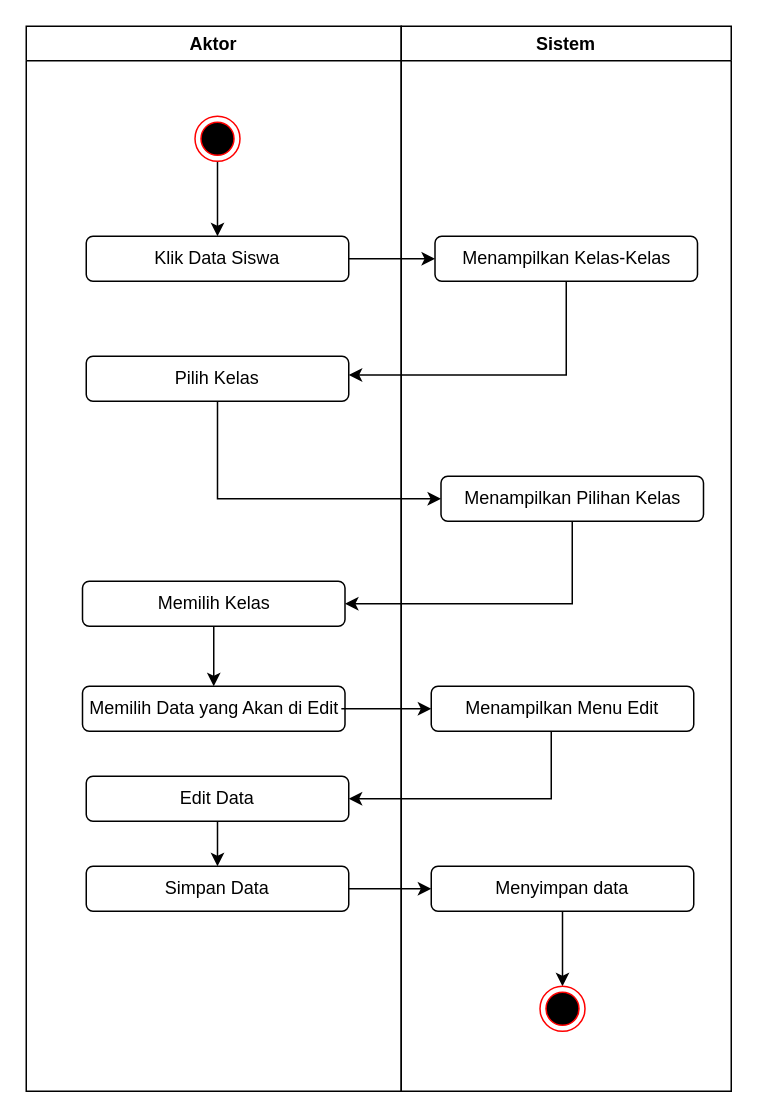
Earlier version of the draw.io diagram cross functional.drawio (XxGembelxX/Rancangan_KP). Source tidied: cells renumbered, new cells numbered last; positions are measured from the earlier drawing's top-left corner, leaving out a move shared by most shapes. Both pictures are drawn from the tidied source at 150%, with x=0, y=0 at pixel (26, 26).
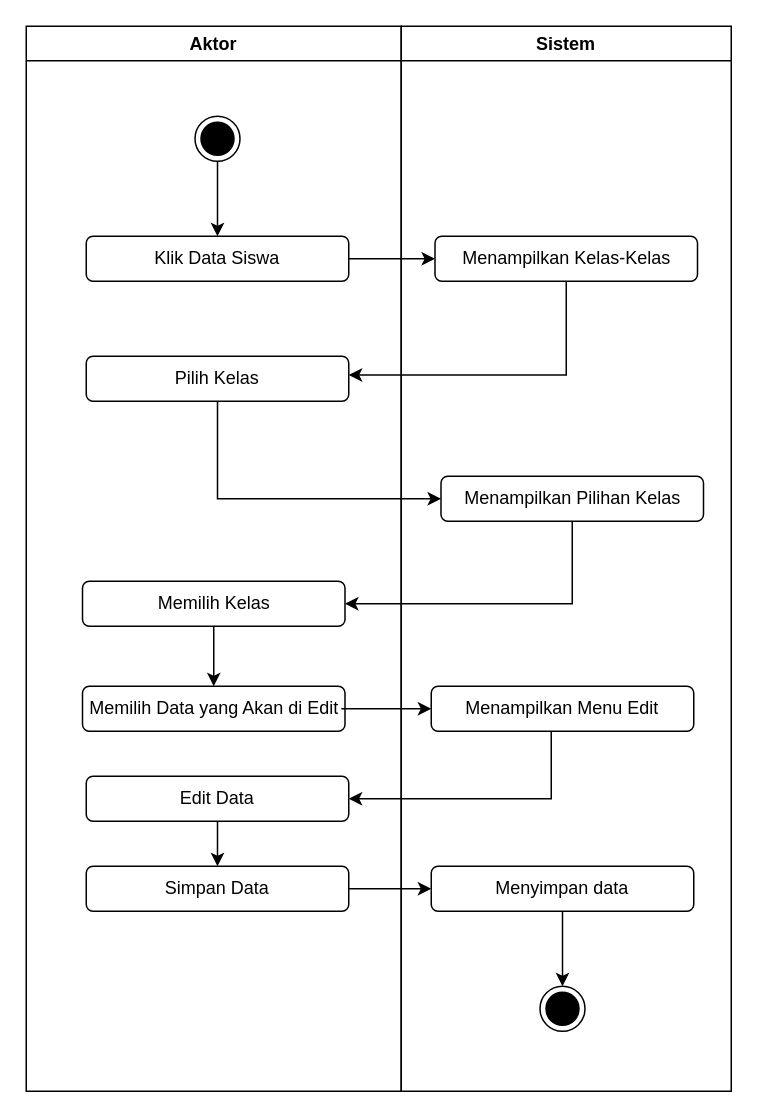
Above is the later version.

Unchanged cells that the change refers to:
```xml
<mxCell id="2" value="Aktor" style="swimlane;whiteSpace=wrap;html=1;" parent="1" vertex="1">
  <mxGeometry width="250" height="710" as="geometry" />
</mxCell>
<mxCell id="14" value="Sistem" style="swimlane;whiteSpace=wrap;html=1;" parent="1" vertex="1">
  <mxGeometry x="250" width="220" height="710" as="geometry" />
</mxCell>
```

The edit, as a diff of the source:
```diff
@@
-    <mxCell id="4" style="ellipse;html=1;shape=endState;fillColor=#000000;strokeColor=#ff0000;" parent="2" vertex="1">
+    <mxCell id="4" style="ellipse;html=1;shape=endState;fillColor=#000000;strokeColor=#000000;" parent="2" vertex="1">
       <mxGeometry x="112.5" y="60" width="30" height="30" as="geometry" />
     </mxCell>
@@
-    <mxCell id="20" style="ellipse;html=1;shape=endState;fillColor=#000000;strokeColor=#ff0000;" parent="14" vertex="1">
+    <mxCell id="20" style="ellipse;html=1;shape=endState;fillColor=#000000;strokeColor=#000000;" parent="14" vertex="1">
       <mxGeometry x="92.5" y="640" width="30" height="30" as="geometry" />
     </mxCell>
```
